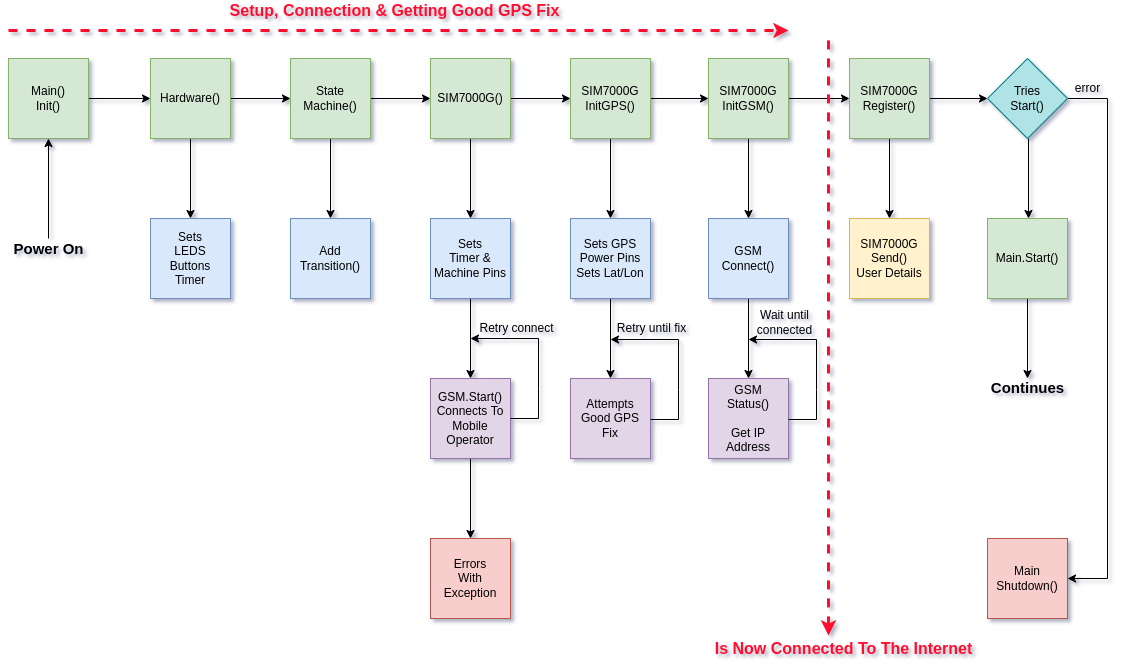
Earlier version of the draw.io export WikiFiles/CAR1.drawio.png (18684092/CAR). Source tidied: cells renumbered, new cells last; positions are measured from the earlier drawing's top-left corner, leaving out a move shared by most shapes.
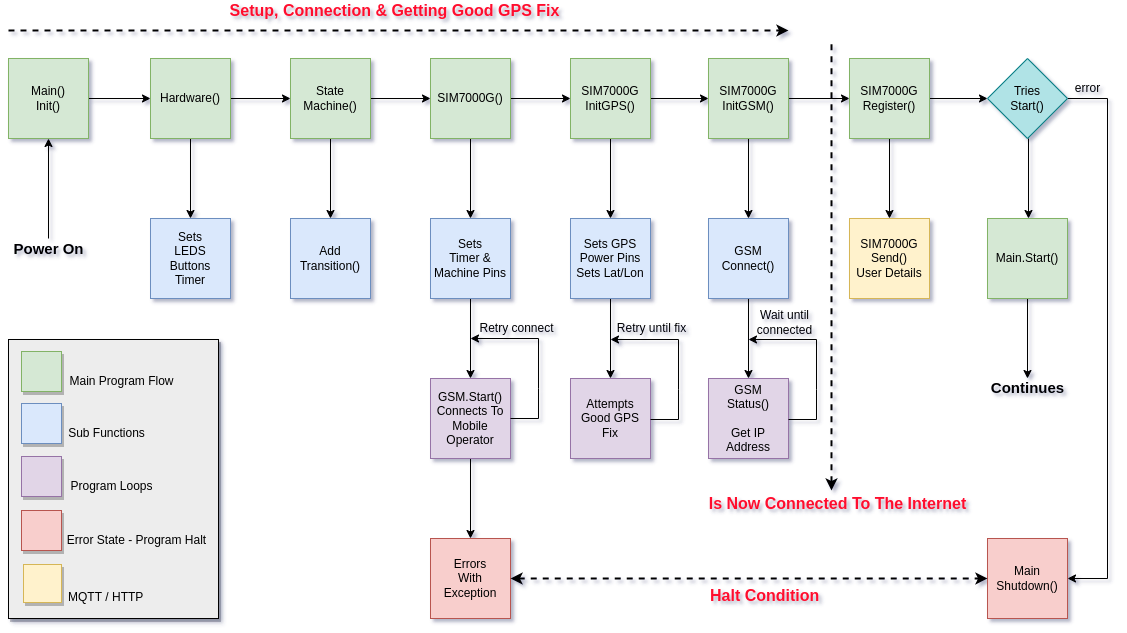
Above is the later version.

Diff of the diagram source:
```diff
@@ -2,10 +2,13 @@
   <root>
     <mxCell id="0" />
     <mxCell id="1" parent="0" />
+    <mxCell id="56" style="rounded=0;whiteSpace=wrap;html=1;fontSize=16;gradientColor=none;shadow=1;fillColor=#EDEDED;" parent="1" vertex="1">
+      <mxGeometry x="5" y="339" width="210" height="279" as="geometry" />
+    </mxCell>
     <mxCell id="2" style="edgeStyle=orthogonalEdgeStyle;rounded=0;jettySize=auto;html=1;entryX=0;entryY=0.5;entryDx=0;entryDy=0;" parent="1" edge="1" source="3" target="12">
       <mxGeometry relative="1" as="geometry" />
     </mxCell>
-    <mxCell id="3" value="Main()&lt;br&gt;Init()" style="whiteSpace=wrap;html=1;fillColor=#d5e8d4;strokeColor=#82b366;" parent="1" vertex="1">
+    <mxCell id="3" value="Main()&lt;br&gt;Init()" style="whiteSpace=wrap;html=1;fillColor=#d5e8d4;strokeColor=#82b366;gradientColor=none;" parent="1" vertex="1">
       <mxGeometry x="5" y="58" width="80" height="80" as="geometry" />
     </mxCell>
     <mxCell id="4" style="edgeStyle=orthogonalEdgeStyle;rounded=0;jettySize=auto;html=1;" parent="1" edge="1" source="5">
@@ -185,16 +188,16 @@
         </Array>
       </mxGeometry>
     </mxCell>
-    <mxCell id="52" style="endArrow=none;dashed=1;html=1;rounded=0;strokeWidth=3;strokeColor=#FF0D2D;endFill=0;startArrow=classic;startFill=1;" parent="1" edge="1">
+    <mxCell id="52" style="endArrow=none;dashed=1;html=1;rounded=0;strokeWidth=2;strokeColor=#000000;endFill=0;startArrow=classic;startFill=1;" parent="1" edge="1">
       <mxGeometry relative="1" as="geometry">
-        <mxPoint x="825" y="635" as="sourcePoint" />
-        <mxPoint x="825" y="38" as="targetPoint" />
+        <mxPoint x="828" y="490" as="sourcePoint" />
+        <mxPoint x="828" y="38" as="targetPoint" />
       </mxGeometry>
     </mxCell>
     <mxCell id="53" value="&lt;font style=&quot;font-size: 16px&quot; color=&quot;#ff0d2d&quot;&gt;&lt;b&gt;Is Now Connected To The Internet&lt;/b&gt;&lt;/font&gt;" style="text;html=1;align=center;verticalAlign=middle;strokeColor=none;fillColor=none;" parent="1" vertex="1">
-      <mxGeometry x="705" y="638" width="270" height="20" as="geometry" />
+      <mxGeometry x="699" y="492.5" width="270" height="20" as="geometry" />
     </mxCell>
-    <mxCell id="54" style="endArrow=classic;dashed=1;html=1;rounded=0;fontSize=16;fontColor=#FF0D2D;strokeColor=#FF0D2D;strokeWidth=3;startArrow=none;startFill=0;endFill=1;" parent="1" edge="1">
+    <mxCell id="54" style="endArrow=classic;dashed=1;html=1;rounded=0;fontSize=16;fontColor=#FF0D2D;strokeColor=#000000;strokeWidth=2;startArrow=none;startFill=0;endFill=1;" parent="1" edge="1">
       <mxGeometry relative="1" as="geometry">
         <mxPoint x="5" y="30" as="sourcePoint" />
         <mxPoint x="785" y="30" as="targetPoint" />
@@ -203,5 +206,41 @@
     <mxCell id="55" value="&lt;font style=&quot;font-size: 16px&quot; color=&quot;#ff0d2d&quot;&gt;&lt;b&gt;Setup, Connection &amp;amp; Getting Good GPS Fix&lt;/b&gt;&lt;/font&gt;" style="text;html=1;align=center;verticalAlign=middle;strokeColor=none;fillColor=none;" parent="1" vertex="1">
       <mxGeometry x="216" width="350" height="20" as="geometry" />
     </mxCell>
+    <mxCell id="57" style="whiteSpace=wrap;html=1;fillColor=#d5e8d4;strokeColor=#82b366;shadow=1;" parent="1" vertex="1">
+      <mxGeometry x="18" y="351" width="40" height="40" as="geometry" />
+    </mxCell>
+    <mxCell id="58" style="whiteSpace=wrap;html=1;fillColor=#dae8fc;strokeColor=#6c8ebf;shadow=1;" parent="1" vertex="1">
+      <mxGeometry x="18" y="403" width="40" height="40" as="geometry" />
+    </mxCell>
+    <mxCell id="59" style="whiteSpace=wrap;html=1;fillColor=#e1d5e7;strokeColor=#9673a6;shadow=1;" parent="1" vertex="1">
+      <mxGeometry x="18" y="456" width="40" height="40" as="geometry" />
+    </mxCell>
+    <mxCell id="60" style="whiteSpace=wrap;html=1;fillColor=#f8cecc;strokeColor=#b85450;shadow=1;" parent="1" vertex="1">
+      <mxGeometry x="18" y="510" width="40" height="40" as="geometry" />
+    </mxCell>
+    <mxCell id="61" value="Main Program Flow" style="text;html=1;align=center;verticalAlign=middle;strokeColor=none;fillColor=none;" parent="1" vertex="1">
+      <mxGeometry x="58" y="371" width="120" height="20" as="geometry" />
+    </mxCell>
+    <mxCell id="62" value="Sub Functions" style="text;html=1;align=center;verticalAlign=middle;strokeColor=none;fillColor=none;" parent="1" vertex="1">
+      <mxGeometry x="58" y="423" width="90" height="20" as="geometry" />
+    </mxCell>
+    <mxCell id="63" value="Program Loops" style="text;html=1;align=center;verticalAlign=middle;strokeColor=none;fillColor=none;" parent="1" vertex="1">
+      <mxGeometry x="58" y="476" width="100" height="20" as="geometry" />
+    </mxCell>
+    <mxCell id="64" value="Error State - Program Halt" style="text;html=1;align=center;verticalAlign=middle;strokeColor=none;fillColor=none;" parent="1" vertex="1">
+      <mxGeometry x="58" y="530" width="150" height="20" as="geometry" />
+    </mxCell>
+    <mxCell id="65" style="whiteSpace=wrap;html=1;shadow=1;fontSize=16;fillColor=#fff2cc;strokeColor=#d6b656;" parent="1" vertex="1">
+      <mxGeometry x="20" y="564" width="38" height="38" as="geometry" />
+    </mxCell>
+    <mxCell id="66" value="&lt;font style=&quot;font-size: 12px&quot;&gt;MQTT / HTTP&lt;/font&gt;" style="text;html=1;align=left;verticalAlign=middle;strokeColor=none;fillColor=none;fontSize=15;" parent="1" vertex="1">
+      <mxGeometry x="63" y="585" width="90" height="20" as="geometry" />
+    </mxCell>
+    <mxCell id="67" style="endArrow=classic;dashed=1;html=1;rounded=0;fontSize=16;fontColor=#FF0D2D;strokeColor=#000000;strokeWidth=2;startArrow=classic;startFill=1;endFill=1;exitX=1;exitY=0.5;exitDx=0;exitDy=0;entryX=0;entryY=0.5;entryDx=0;entryDy=0;" parent="1" edge="1" source="27" target="37">
+      <mxGeometry relative="1" as="geometry" />
+    </mxCell>
+    <mxCell id="68" value="&lt;b&gt;&lt;font style=&quot;font-size: 16px&quot; color=&quot;#ff0d2d&quot;&gt;Halt Condition&lt;/font&gt;&lt;/b&gt;" style="text;html=1;align=left;verticalAlign=middle;strokeColor=none;fillColor=none;fontSize=15;shadow=1;" parent="1" vertex="1">
+      <mxGeometry x="705" y="585" width="120" height="20" as="geometry" />
+    </mxCell>
   </root>
 </mxGraphModel>
```
